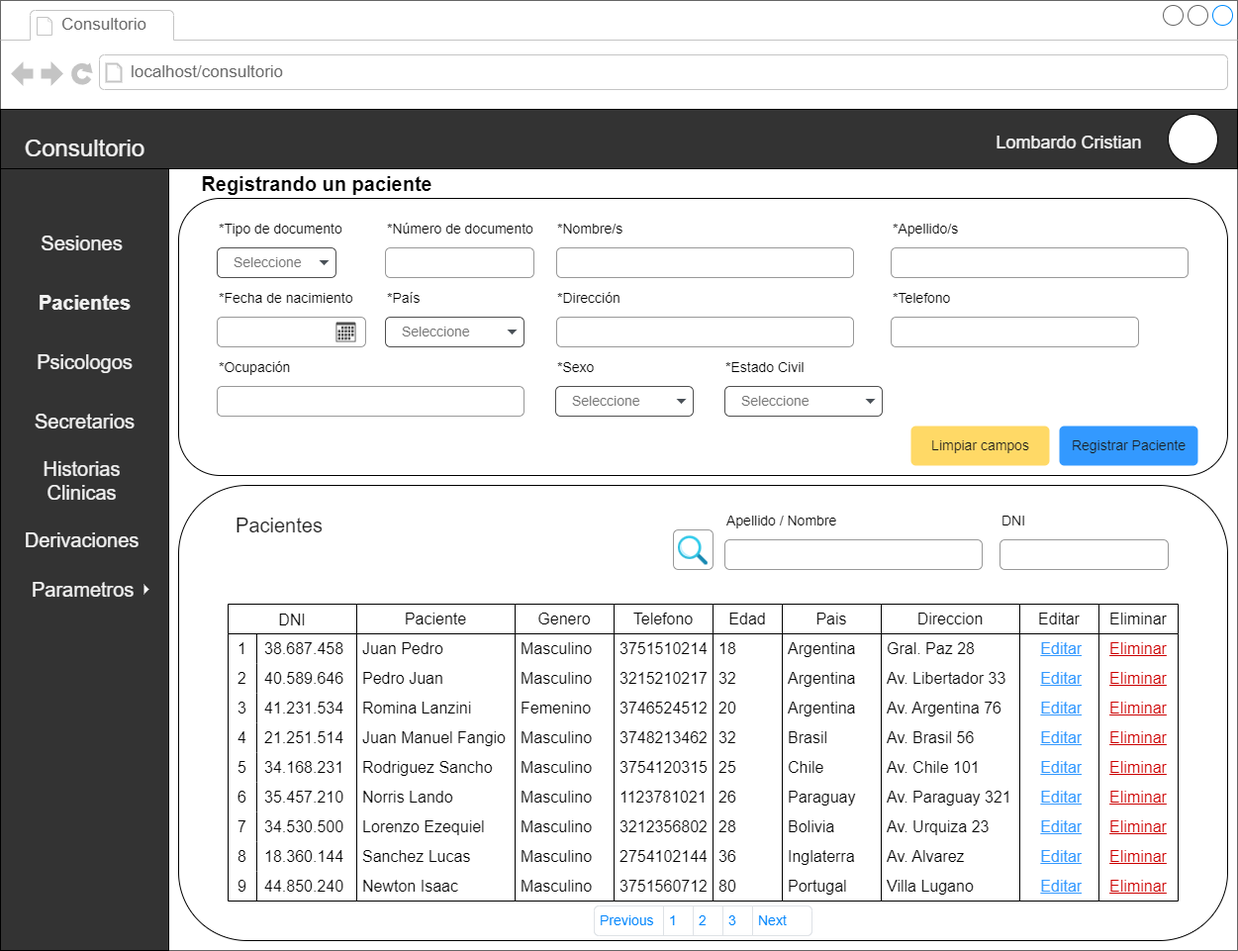
Before: docs/resources/DIA's/diaPantallas-diaRegistrarPaciente.drawio.png, a diagram exported from draw.io (Gabito-17/proyectoDisenoWeb). Source tidied: cells renumbered, new cells last; positions are measured from the earlier drawing's top-left corner, leaving out a move shared by most shapes.
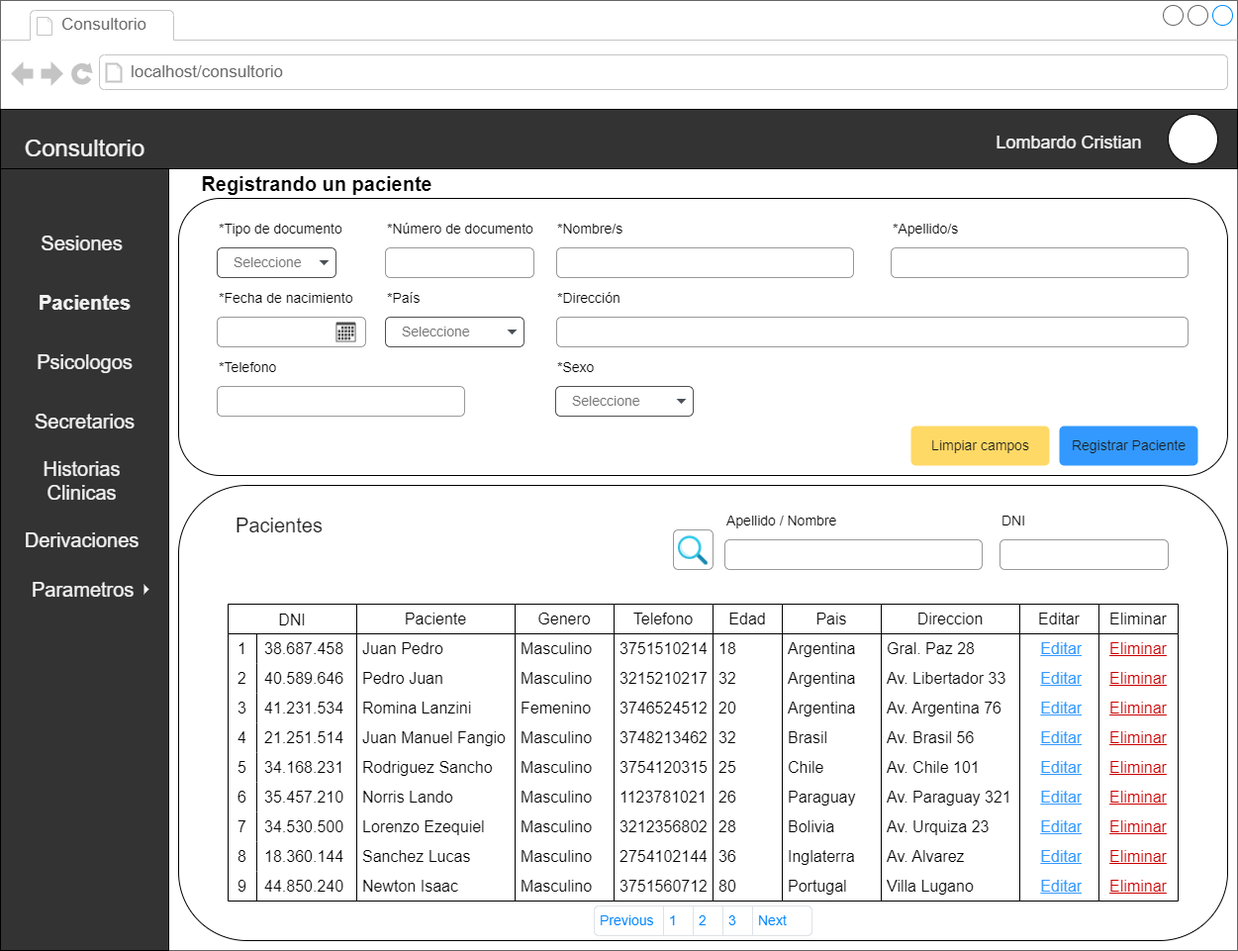
After the commit.

The edit, as a diff of the source:
```diff
@@ -95,7 +95,7 @@
       <mxGeometry x="339" y="325" width="20" height="20" as="geometry" />
     </mxCell>
     <mxCell id="30" style="html=1;shadow=0;dashed=0;shape=mxgraph.bootstrap.rrect;rSize=5;fillColor=none;strokeColor=#999999;align=left;spacing=15;fontSize=14;fontColor=#6C767D;" parent="2" vertex="1">
-      <mxGeometry x="562" y="320" width="300" height="30" as="geometry" />
+      <mxGeometry x="562" y="320" width="638" height="30" as="geometry" />
     </mxCell>
     <mxCell id="31" value="*Dirección" style="fillColor=none;strokeColor=none;align=left;fontSize=14;" parent="2" vertex="1">
       <mxGeometry x="561" y="280" width="150" height="40" as="geometry" />
@@ -112,17 +112,11 @@
       </mxGeometry>
     </mxCell>
     <mxCell id="35" style="html=1;shadow=0;dashed=0;shape=mxgraph.bootstrap.rrect;rSize=5;fillColor=none;strokeColor=#999999;align=left;spacing=15;fontSize=14;fontColor=#6C767D;" parent="2" vertex="1">
-      <mxGeometry x="900" y="320" width="250" height="30" as="geometry" />
+      <mxGeometry x="219" y="390" width="250" height="30" as="geometry" />
     </mxCell>
     <mxCell id="36" value="*Telefono" style="fillColor=none;strokeColor=none;align=left;fontSize=14;" parent="2" vertex="1">
-      <mxGeometry x="900" y="280" width="150" height="40" as="geometry" />
+      <mxGeometry x="219" y="350" width="150" height="40" as="geometry" />
     </mxCell>
-    <mxCell id="37" style="html=1;shadow=0;dashed=0;shape=mxgraph.bootstrap.rrect;rSize=5;fillColor=none;strokeColor=#999999;align=left;spacing=15;fontSize=14;fontColor=#6C767D;" parent="2" vertex="1">
-      <mxGeometry x="219" y="390" width="310" height="30" as="geometry" />
-    </mxCell>
-    <mxCell id="38" value="*Ocupación" style="fillColor=none;strokeColor=none;align=left;fontSize=14;" parent="2" vertex="1">
-      <mxGeometry x="219" y="350" width="150" height="40" as="geometry" />
-    </mxCell>
     <mxCell id="39" value="*Sexo" style="fillColor=none;strokeColor=none;align=left;fontSize=14;" parent="2" vertex="1">
       <mxGeometry x="561" y="350" width="155" height="40" as="geometry" />
     </mxCell>
@@ -134,17 +128,6 @@
         <mxPoint x="-17" y="-2.5" as="offset" />
       </mxGeometry>
     </mxCell>
-    <mxCell id="42" value="*Estado Civil" style="fillColor=none;strokeColor=none;align=left;fontSize=14;" parent="2" vertex="1">
-      <mxGeometry x="731" y="350" width="130" height="40" as="geometry" />
-    </mxCell>
-    <mxCell id="43" value="Seleccione" style="html=1;shadow=0;dashed=0;shape=mxgraph.bootstrap.rrect;rSize=5;strokeColor=#505050;strokeWidth=1;fillColor=#ffffff;fontColor=#777777;whiteSpace=wrap;align=left;verticalAlign=middle;fontStyle=0;fontSize=14;spacingRight=0;spacing=17;" parent="2" vertex="1">
-      <mxGeometry x="732" y="390" width="159" height="30" as="geometry" />
-    </mxCell>
-    <mxCell id="44" style="shape=triangle;direction=south;fillColor=#495057;strokeColor=none;perimeter=none;" parent="43" vertex="1">
-      <mxGeometry x="1" y="0.5" width="10" height="5" relative="1" as="geometry">
-        <mxPoint x="-17" y="-2.5" as="offset" />
-      </mxGeometry>
-    </mxCell>
     <mxCell id="45" value="Limpiar campos" style="html=1;shadow=0;dashed=0;shape=mxgraph.bootstrap.rrect;rSize=5;fillColor=#FFD966;strokeColor=none;align=center;fontSize=14;fontColor=#1A1A1A;" parent="2" vertex="1">
       <mxGeometry x="920" y="430" width="140" height="40" as="geometry" />
     </mxCell>
```
